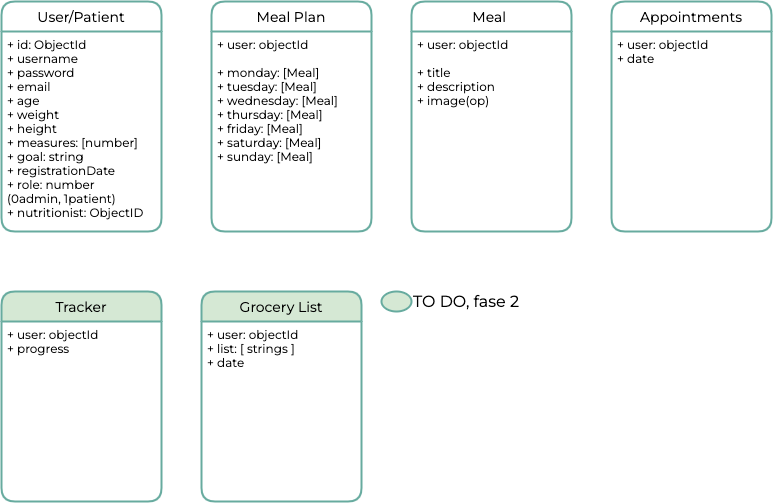
This is staff/mariana-martin/project/doc/images/data-models.png from manuelbarzi/neoland-parttime-202109, a draw.io export, as it was before one commit. Source tidied: cells renumbered, new cells last; positions are measured from the earlier drawing's top-left corner, leaving out a move shared by most shapes.
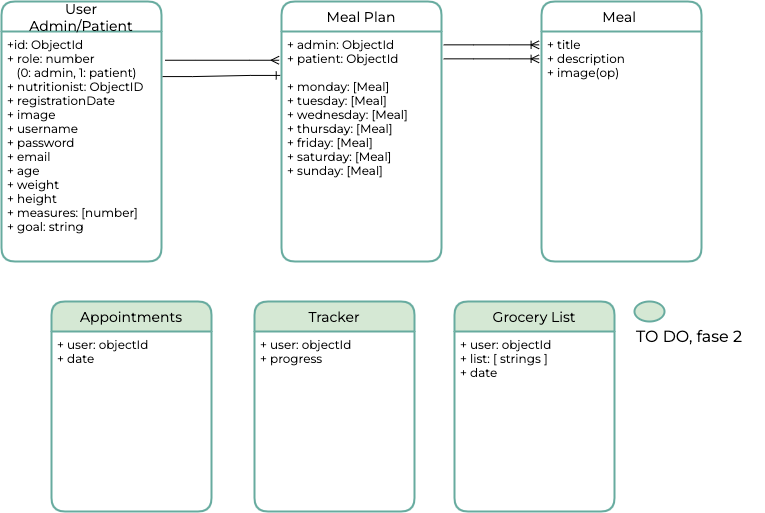
The same file after the commit.

Change to the diagram source:
```diff
@@ -2,47 +2,62 @@
   <root>
     <mxCell id="0" />
     <mxCell id="1" parent="0" />
-    <mxCell id="2" value="User/Patient" style="swimlane;horizontal=1;startSize=30;rounded=1;fontSize=14;fontStyle=0;strokeWidth=2;shadow=0;dashed=0;align=center;fontFamily=Montserrat;fontSource=https%3A%2F%2Ffonts.googleapis.com%2Fcss%3Ffamily%3DMontserrat;fillColor=#FFFFFF;strokeColor=#67AB9F;" parent="1" vertex="1">
-      <mxGeometry width="160" height="230" as="geometry" />
+    <mxCell id="2" value="User&#10;Admin/Patient" style="swimlane;horizontal=1;startSize=30;rounded=1;fontSize=14;fontStyle=0;strokeWidth=2;shadow=0;dashed=0;align=center;fontFamily=Montserrat;fontSource=https%3A%2F%2Ffonts.googleapis.com%2Fcss%3Ffamily%3DMontserrat;fillColor=#FFFFFF;strokeColor=#67AB9F;" parent="1" vertex="1">
+      <mxGeometry width="160" height="260" as="geometry" />
     </mxCell>
-    <mxCell id="3" value="+ id: ObjectId&#10;+ username&#10;+ password&#10;+ email&#10;+ age&#10;+ weight&#10;+ height&#10;+ measures: [number]&#10;+ goal: string&#10;+ registrationDate&#10;+ role: number&#10;(0admin, 1patient)&#10;+ nutritionist: ObjectID" style="align=left;strokeColor=none;fillColor=none;spacingLeft=4;fontSize=12;verticalAlign=top;fontFamily=Montserrat;fontSource=https%3A%2F%2Ffonts.googleapis.com%2Fcss%3Ffamily%3DMontserrat;" parent="2" vertex="1">
-      <mxGeometry y="30" width="160" height="200" as="geometry" />
+    <mxCell id="3" value="+id: ObjectId&#10;+ role: number&#10;   (0: admin, 1: patient)&#10;+ nutritionist: ObjectID&#10;+ registrationDate&#10;+ image&#10;+ username&#10;+ password&#10;+ email&#10;+ age&#10;+ weight&#10;+ height&#10;+ measures: [number]&#10;+ goal: string&#10;&#10;" style="align=left;strokeColor=none;fillColor=none;spacingLeft=4;fontSize=12;verticalAlign=top;fontFamily=Montserrat;fontSource=https%3A%2F%2Ffonts.googleapis.com%2Fcss%3Ffamily%3DMontserrat;" parent="2" vertex="1">
+      <mxGeometry y="30" width="160" height="230" as="geometry" />
     </mxCell>
     <mxCell id="4" value="Meal Plan" style="swimlane;horizontal=1;startSize=30;rounded=1;fontSize=14;fontStyle=0;strokeWidth=2;shadow=0;dashed=0;align=center;fontFamily=Montserrat;fontSource=https%3A%2F%2Ffonts.googleapis.com%2Fcss%3Ffamily%3DMontserrat;fillColor=#FFFFFF;strokeColor=#67AB9F;" parent="1" vertex="1">
-      <mxGeometry x="210" width="160" height="230" as="geometry" />
+      <mxGeometry x="280" width="160" height="260" as="geometry" />
     </mxCell>
-    <mxCell id="5" value="+ user: objectId&#10;&#10;+ monday: [Meal]&#10;+ tuesday: [Meal]&#10;+ wednesday: [Meal]&#10;+ thursday: [Meal]&#10;+ friday: [Meal]&#10;+ saturday: [Meal]&#10;+ sunday: [Meal]&#10;" style="align=left;strokeColor=none;fillColor=none;spacingLeft=4;fontSize=12;verticalAlign=top;fontFamily=Montserrat;fontSource=https%3A%2F%2Ffonts.googleapis.com%2Fcss%3Ffamily%3DMontserrat;" parent="4" vertex="1">
-      <mxGeometry y="30" width="160" height="200" as="geometry" />
+    <mxCell id="5" value="+ admin: ObjectId&#10;+ patient: ObjectId&#10;&#10;+ monday: [Meal]&#10;+ tuesday: [Meal]&#10;+ wednesday: [Meal]&#10;+ thursday: [Meal]&#10;+ friday: [Meal]&#10;+ saturday: [Meal]&#10;+ sunday: [Meal]&#10;" style="align=left;strokeColor=none;fillColor=none;spacingLeft=4;fontSize=12;verticalAlign=top;fontFamily=Montserrat;fontSource=https%3A%2F%2Ffonts.googleapis.com%2Fcss%3Ffamily%3DMontserrat;" parent="4" vertex="1">
+      <mxGeometry y="30" width="160" height="230" as="geometry" />
     </mxCell>
     <mxCell id="6" value="Grocery List" style="swimlane;horizontal=1;startSize=30;rounded=1;fontSize=14;fontStyle=0;strokeWidth=2;shadow=0;dashed=0;align=center;fontFamily=Montserrat;fontSource=https%3A%2F%2Ffonts.googleapis.com%2Fcss%3Ffamily%3DMontserrat;fillColor=#D5E8D4;strokeColor=#67AB9F;" parent="1" vertex="1">
-      <mxGeometry x="200" y="290" width="160" height="210" as="geometry" />
+      <mxGeometry x="453" y="300" width="160" height="210" as="geometry" />
     </mxCell>
     <mxCell id="7" value="+ user: objectId&#10;+ list: [ strings ]&#10;+ date" style="align=left;strokeColor=none;fillColor=none;spacingLeft=4;fontSize=12;verticalAlign=top;fontFamily=Montserrat;fontSource=https%3A%2F%2Ffonts.googleapis.com%2Fcss%3Ffamily%3DMontserrat;" parent="6" vertex="1">
       <mxGeometry y="30" width="160" height="180" as="geometry" />
     </mxCell>
-    <mxCell id="8" value="Appointments" style="swimlane;horizontal=1;startSize=30;rounded=1;fontSize=14;fontStyle=0;strokeWidth=2;shadow=0;dashed=0;align=center;fontFamily=Montserrat;fontSource=https%3A%2F%2Ffonts.googleapis.com%2Fcss%3Ffamily%3DMontserrat;fillColor=#FFFFFF;strokeColor=#67AB9F;" parent="1" vertex="1">
-      <mxGeometry x="610" width="160" height="230" as="geometry" />
+    <mxCell id="8" value="Appointments" style="swimlane;horizontal=1;startSize=30;rounded=1;fontSize=14;fontStyle=0;strokeWidth=2;shadow=0;dashed=0;align=center;fontFamily=Montserrat;fontSource=https%3A%2F%2Ffonts.googleapis.com%2Fcss%3Ffamily%3DMontserrat;fillColor=#D5E8D4;strokeColor=#67AB9F;" parent="1" vertex="1">
+      <mxGeometry x="50" y="300" width="160" height="210" as="geometry" />
     </mxCell>
     <mxCell id="9" value="+ user: objectId&#10;+ date" style="align=left;strokeColor=none;fillColor=none;spacingLeft=4;fontSize=12;verticalAlign=top;fontFamily=Montserrat;fontSource=https%3A%2F%2Ffonts.googleapis.com%2Fcss%3Ffamily%3DMontserrat;" parent="8" vertex="1">
-      <mxGeometry y="30" width="160" height="200" as="geometry" />
+      <mxGeometry y="30" width="160" height="180" as="geometry" />
     </mxCell>
     <mxCell id="10" value="Tracker" style="swimlane;horizontal=1;startSize=30;rounded=1;fontSize=14;fontStyle=0;strokeWidth=2;shadow=0;dashed=0;align=center;fontFamily=Montserrat;fontSource=https%3A%2F%2Ffonts.googleapis.com%2Fcss%3Ffamily%3DMontserrat;fillColor=#D5E8D4;strokeColor=#67AB9F;" parent="1" vertex="1">
-      <mxGeometry y="290" width="160" height="210" as="geometry" />
+      <mxGeometry x="253" y="300" width="160" height="210" as="geometry" />
     </mxCell>
     <mxCell id="11" value="+ user: objectId&#10;+ progress" style="align=left;strokeColor=none;fillColor=none;spacingLeft=4;fontSize=12;verticalAlign=top;fontFamily=Montserrat;fontSource=https%3A%2F%2Ffonts.googleapis.com%2Fcss%3Ffamily%3DMontserrat;" parent="10" vertex="1">
       <mxGeometry y="30" width="160" height="180" as="geometry" />
     </mxCell>
     <mxCell id="12" value="Meal " style="swimlane;horizontal=1;startSize=30;rounded=1;fontSize=14;fontStyle=0;strokeWidth=2;shadow=0;dashed=0;align=center;fontFamily=Montserrat;fontSource=https%3A%2F%2Ffonts.googleapis.com%2Fcss%3Ffamily%3DMontserrat;fillColor=#FFFFFF;strokeColor=#67AB9F;" parent="1" vertex="1">
-      <mxGeometry x="410" width="160" height="230" as="geometry" />
+      <mxGeometry x="540" width="160" height="260" as="geometry" />
     </mxCell>
-    <mxCell id="13" value="+ user: objectId&#10;&#10;+ title&#10;+ description&#10;+ image(op)&#10;&#10;" style="align=left;strokeColor=none;fillColor=none;spacingLeft=4;fontSize=12;verticalAlign=top;fontFamily=Montserrat;fontSource=https%3A%2F%2Ffonts.googleapis.com%2Fcss%3Ffamily%3DMontserrat;" parent="12" vertex="1">
-      <mxGeometry y="30" width="160" height="200" as="geometry" />
+    <mxCell id="13" value="+ title&#10;+ description&#10;+ image(op)&#10;&#10;" style="align=left;strokeColor=none;fillColor=none;spacingLeft=4;fontSize=12;verticalAlign=top;fontFamily=Montserrat;fontSource=https%3A%2F%2Ffonts.googleapis.com%2Fcss%3Ffamily%3DMontserrat;" parent="12" vertex="1">
+      <mxGeometry y="30" width="160" height="230" as="geometry" />
     </mxCell>
     <mxCell id="14" style="ellipse;whiteSpace=wrap;html=1;fontFamily=Montserrat;fontSource=https%3A%2F%2Ffonts.googleapis.com%2Fcss%3Ffamily%3DMontserrat;fontSize=16;strokeColor=#67AB9F;strokeWidth=2;fillColor=#D5E8D4;" parent="1" vertex="1">
-      <mxGeometry x="380" y="290" width="30" height="20" as="geometry" />
+      <mxGeometry x="633" y="300" width="30" height="20" as="geometry" />
     </mxCell>
     <mxCell id="15" value="TO DO, fase 2" style="text;html=1;strokeColor=none;fillColor=none;align=center;verticalAlign=middle;whiteSpace=wrap;rounded=0;fontFamily=Montserrat;fontSource=https%3A%2F%2Ffonts.googleapis.com%2Fcss%3Ffamily%3DMontserrat;fontSize=16;" parent="1" vertex="1">
-      <mxGeometry x="390" y="285" width="150" height="30" as="geometry" />
+      <mxGeometry x="613" y="320" width="150" height="30" as="geometry" />
     </mxCell>
+    <mxCell id="16" style="edgeStyle=entityRelationEdgeStyle;fontSize=12;html=1;endArrow=ERoneToMany;rounded=0;exitX=1.014;exitY=0.058;exitDx=0;exitDy=0;exitPerimeter=0;entryX=-0.015;entryY=0.058;entryDx=0;entryDy=0;entryPerimeter=0;" parent="1" edge="1" source="5" target="13">
+      <mxGeometry relative="1" as="geometry" />
+    </mxCell>
+    <mxCell id="17" style="edgeStyle=entityRelationEdgeStyle;fontSize=12;html=1;endArrow=ERoneToMany;rounded=0;exitX=1.014;exitY=0.058;exitDx=0;exitDy=0;exitPerimeter=0;entryX=-0.015;entryY=0.058;entryDx=0;entryDy=0;entryPerimeter=0;" parent="1" edge="1">
+      <mxGeometry relative="1" as="geometry">
+        <mxPoint x="442.2" y="57.3" as="sourcePoint" />
+        <mxPoint x="537.6" y="57.3" as="targetPoint" />
+      </mxGeometry>
+    </mxCell>
+    <mxCell id="18" style="edgeStyle=entityRelationEdgeStyle;fontSize=12;html=1;endArrow=ERmany;rounded=0;exitX=1.022;exitY=0.125;exitDx=0;exitDy=0;exitPerimeter=0;entryX=-0.015;entryY=0.125;entryDx=0;entryDy=0;entryPerimeter=0;" parent="1" edge="1" source="3" target="5">
+      <mxGeometry relative="1" as="geometry" />
+    </mxCell>
+    <mxCell id="19" style="edgeStyle=entityRelationEdgeStyle;fontSize=12;html=1;endArrow=ERone;endFill=1;rounded=0;exitX=1.007;exitY=0.196;exitDx=0;exitDy=0;exitPerimeter=0;entryX=-0.008;entryY=0.191;entryDx=0;entryDy=0;entryPerimeter=0;" parent="1" edge="1" source="3" target="5">
+      <mxGeometry relative="1" as="geometry" />
+    </mxCell>
   </root>
 </mxGraphModel>
```
